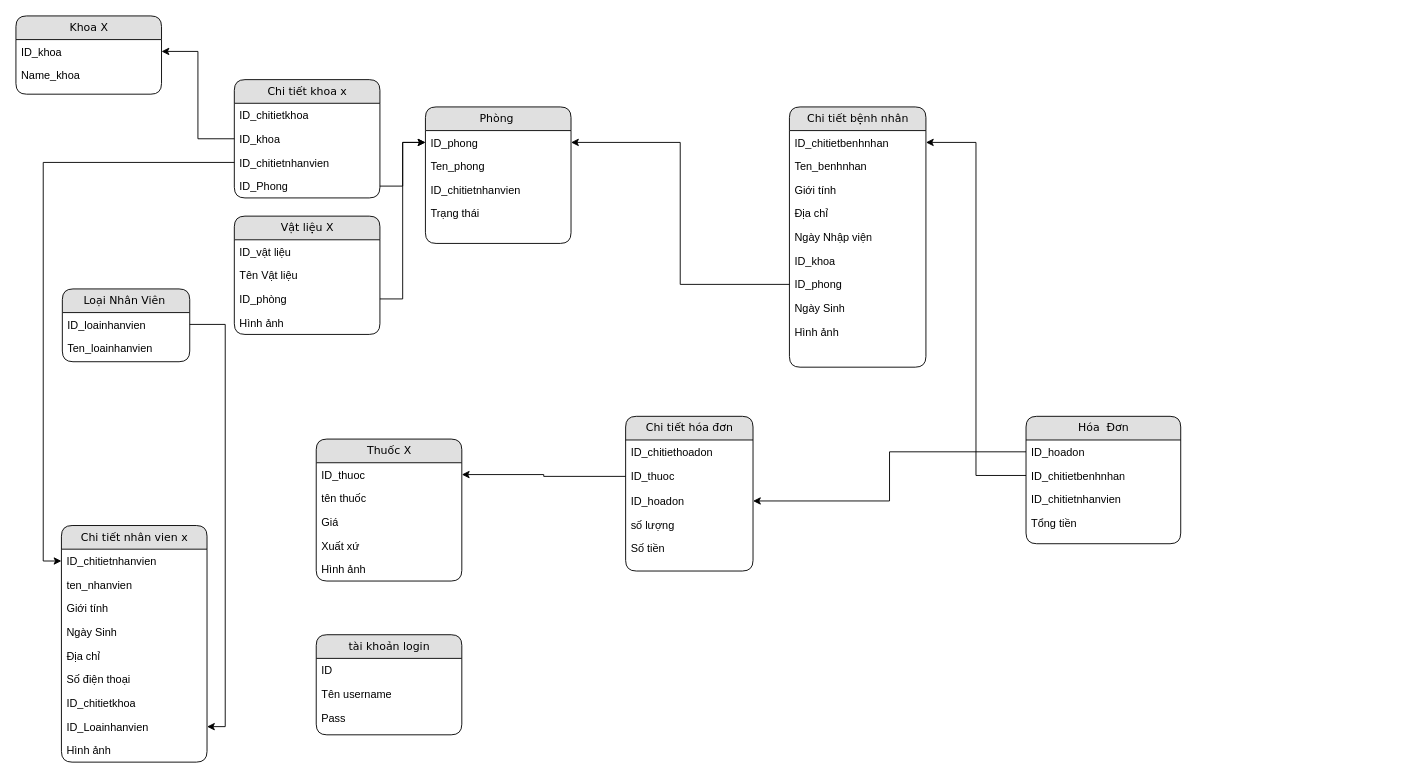
Earlier version of the draw.io diagram Untitled Diagram.drawio (lethanhdat12/hospitalManager). Source tidied: cells renumbered, new cells numbered last; positions are measured from the earlier drawing's top-left corner, leaving out a move shared by most shapes. Both pictures are drawn from the tidied source at 91%, with x=0, y=0 at pixel (15, 15).
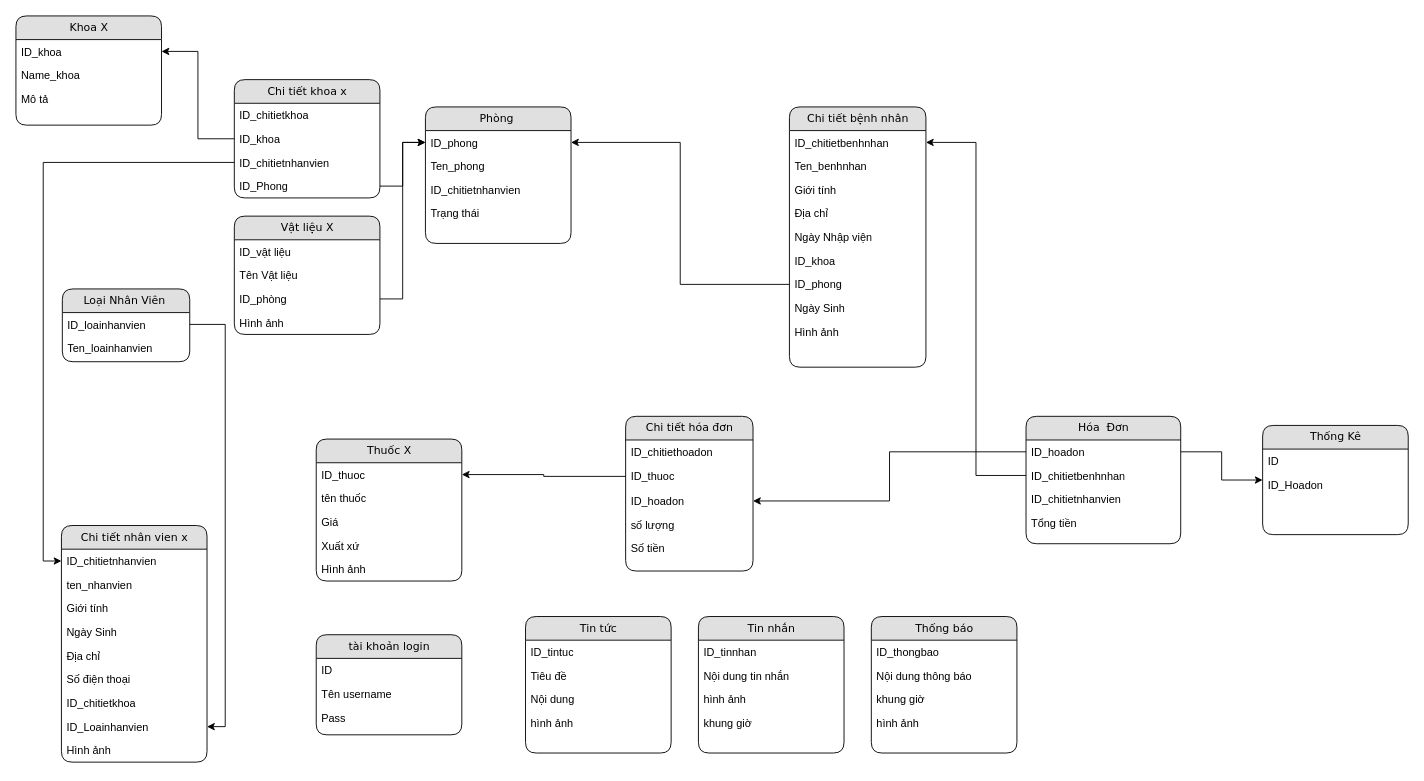
After the change.

Unchanged cells that the change refers to:
```xml
<mxCell id="47" value="ID_hoadon" style="text;html=1;strokeColor=none;fillColor=none;spacingLeft=4;spacingRight=4;whiteSpace=wrap;overflow=hidden;points=[[0,0.5],[1,0.5]];portConstraint=eastwest;" parent="46" vertex="1">
  <mxGeometry y="26" width="170" height="26" as="geometry" />
</mxCell>
```

Change to the diagram source:
```diff
@@
     <mxCell id="34" value="Khoa X" style="swimlane;html=1;fontStyle=0;horizontal=1;startSize=26;fillColor=#e0e0e0;swimlaneFillColor=#ffffff;align=center;rounded=1;shadow=0;comic=0;labelBackgroundColor=none;strokeWidth=1;fontFamily=Verdana;fontSize=12;" parent="1" vertex="1">
-      <mxGeometry width="160" height="86" as="geometry" />
+      <mxGeometry width="160" height="120" as="geometry" />
     </mxCell>
@@
+    <mxCell id="73" value="Mô tả" style="text;html=1;strokeColor=none;fillColor=none;spacingLeft=4;spacingRight=4;whiteSpace=wrap;overflow=hidden;" parent="34" vertex="1">
+      <mxGeometry y="78" width="160" height="26" as="geometry" />
+    </mxCell>
@@
+    <mxCell id="74" value="Thống Kê" style="swimlane;html=1;fontStyle=0;horizontal=1;startSize=26;fillColor=#e0e0e0;swimlaneFillColor=#ffffff;align=center;rounded=1;shadow=0;comic=0;labelBackgroundColor=none;strokeWidth=1;fontFamily=Verdana;fontSize=12;" parent="1" vertex="1">
+      <mxGeometry x="1370" y="450" width="160" height="120" as="geometry" />
+    </mxCell>
+    <mxCell id="75" value="ID" style="text;html=1;strokeColor=none;fillColor=none;spacingLeft=4;spacingRight=4;whiteSpace=wrap;overflow=hidden;" parent="74" vertex="1">
+      <mxGeometry y="26" width="160" height="26" as="geometry" />
+    </mxCell>
+    <mxCell id="76" value="ID_Hoadon" style="text;html=1;strokeColor=none;fillColor=none;spacingLeft=4;spacingRight=4;whiteSpace=wrap;overflow=hidden;" parent="74" vertex="1">
+      <mxGeometry y="52" width="160" height="26" as="geometry" />
+    </mxCell>
+    <mxCell id="77" style="edgeStyle=orthogonalEdgeStyle;rounded=0;jettySize=auto;html=1;exitX=1;exitY=0.5;exitDx=0;exitDy=0;entryX=0;entryY=0.5;entryDx=0;entryDy=0;" parent="1" edge="1" source="47" target="74">
+      <mxGeometry relative="1" as="geometry" />
+    </mxCell>
+    <mxCell id="78" value="Tin tức" style="swimlane;html=1;fontStyle=0;horizontal=1;startSize=26;fillColor=#e0e0e0;swimlaneFillColor=#ffffff;align=center;rounded=1;shadow=0;comic=0;labelBackgroundColor=none;strokeWidth=1;fontFamily=Verdana;fontSize=12;" parent="1" vertex="1">
+      <mxGeometry x="560" y="660" width="160" height="150" as="geometry" />
+    </mxCell>
+    <mxCell id="79" value="ID_tintuc" style="text;html=1;strokeColor=none;fillColor=none;spacingLeft=4;spacingRight=4;whiteSpace=wrap;overflow=hidden;" parent="78" vertex="1">
+      <mxGeometry y="26" width="160" height="26" as="geometry" />
+    </mxCell>
+    <mxCell id="80" value="Tiêu đề" style="text;html=1;strokeColor=none;fillColor=none;spacingLeft=4;spacingRight=4;whiteSpace=wrap;overflow=hidden;" parent="78" vertex="1">
+      <mxGeometry y="52" width="160" height="26" as="geometry" />
+    </mxCell>
+    <mxCell id="81" value="Nội dung" style="text;html=1;strokeColor=none;fillColor=none;spacingLeft=4;spacingRight=4;whiteSpace=wrap;overflow=hidden;" parent="78" vertex="1">
+      <mxGeometry y="78" width="160" height="26" as="geometry" />
+    </mxCell>
+    <mxCell id="82" value="hình ảnh" style="text;html=1;strokeColor=none;fillColor=none;spacingLeft=4;spacingRight=4;whiteSpace=wrap;overflow=hidden;" parent="78" vertex="1">
+      <mxGeometry y="104" width="160" height="26" as="geometry" />
+    </mxCell>
+    <mxCell id="83" value="Tin nhắn" style="swimlane;html=1;fontStyle=0;horizontal=1;startSize=26;fillColor=#e0e0e0;swimlaneFillColor=#ffffff;align=center;rounded=1;shadow=0;comic=0;labelBackgroundColor=none;strokeWidth=1;fontFamily=Verdana;fontSize=12;" parent="1" vertex="1">
+      <mxGeometry x="750" y="660" width="160" height="150" as="geometry" />
+    </mxCell>
+    <mxCell id="84" value="ID_tinnhan" style="text;html=1;strokeColor=none;fillColor=none;spacingLeft=4;spacingRight=4;whiteSpace=wrap;overflow=hidden;" parent="83" vertex="1">
+      <mxGeometry y="26" width="160" height="26" as="geometry" />
+    </mxCell>
+    <mxCell id="85" value="Nội dung tin nhắn" style="text;html=1;strokeColor=none;fillColor=none;spacingLeft=4;spacingRight=4;whiteSpace=wrap;overflow=hidden;" parent="83" vertex="1">
+      <mxGeometry y="52" width="160" height="26" as="geometry" />
+    </mxCell>
+    <mxCell id="86" value="hình ảnh" style="text;html=1;strokeColor=none;fillColor=none;spacingLeft=4;spacingRight=4;whiteSpace=wrap;overflow=hidden;" parent="83" vertex="1">
+      <mxGeometry y="78" width="160" height="26" as="geometry" />
+    </mxCell>
+    <mxCell id="87" value="khung giờ" style="text;html=1;strokeColor=none;fillColor=none;spacingLeft=4;spacingRight=4;whiteSpace=wrap;overflow=hidden;" parent="83" vertex="1">
+      <mxGeometry y="104" width="160" height="26" as="geometry" />
+    </mxCell>
+    <mxCell id="88" value="Thống báo&lt;br&gt;" style="swimlane;html=1;fontStyle=0;horizontal=1;startSize=26;fillColor=#e0e0e0;swimlaneFillColor=#ffffff;align=center;rounded=1;shadow=0;comic=0;labelBackgroundColor=none;strokeWidth=1;fontFamily=Verdana;fontSize=12;" parent="1" vertex="1">
+      <mxGeometry x="940" y="660" width="160" height="150" as="geometry" />
+    </mxCell>
+    <mxCell id="89" value="ID_thongbao" style="text;html=1;strokeColor=none;fillColor=none;spacingLeft=4;spacingRight=4;whiteSpace=wrap;overflow=hidden;" parent="88" vertex="1">
+      <mxGeometry y="26" width="160" height="26" as="geometry" />
+    </mxCell>
+    <mxCell id="90" value="Nội dung thông báo" style="text;html=1;strokeColor=none;fillColor=none;spacingLeft=4;spacingRight=4;whiteSpace=wrap;overflow=hidden;" parent="88" vertex="1">
+      <mxGeometry y="52" width="160" height="26" as="geometry" />
+    </mxCell>
+    <mxCell id="91" value="khung giờ" style="text;html=1;strokeColor=none;fillColor=none;spacingLeft=4;spacingRight=4;whiteSpace=wrap;overflow=hidden;" parent="88" vertex="1">
+      <mxGeometry y="78" width="160" height="26" as="geometry" />
+    </mxCell>
+    <mxCell id="92" value="hình ảnh" style="text;html=1;strokeColor=none;fillColor=none;spacingLeft=4;spacingRight=4;whiteSpace=wrap;overflow=hidden;" parent="88" vertex="1">
+      <mxGeometry y="104" width="160" height="26" as="geometry" />
+    </mxCell>
```
